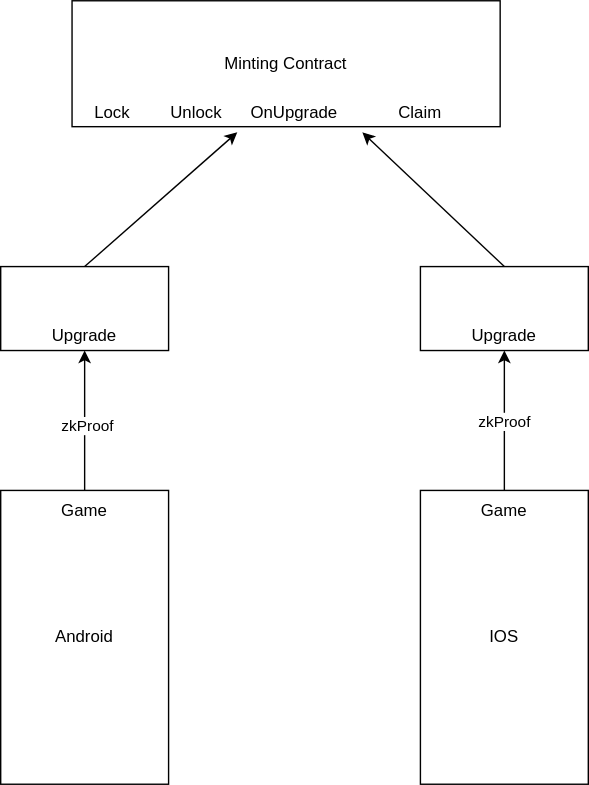
iwanwang-0/doc keeps this draw.io diagram as game.6sig.drawio.svg. Above is the earlier version. Source tidied: cells renumbered, new cells last; positions are measured from the earlier drawing's top-left corner, leaving out a move shared by most shapes. Source of this version:
```xml
<mxGraphModel>
  <root>
    <mxCell id="0" />
    <mxCell id="1" parent="0" />
    <mxCell id="2" value="Minting Contract" style="rounded=0;whiteSpace=wrap;html=1;" parent="1" vertex="1">
      <mxGeometry x="51" width="306" height="90" as="geometry" />
    </mxCell>
    <mxCell id="3" value="Lock" style="text;html=1;align=center;verticalAlign=middle;whiteSpace=wrap;rounded=0;" parent="1" vertex="1">
      <mxGeometry x="60" y="70" width="40" height="20" as="geometry" />
    </mxCell>
    <mxCell id="4" value="Unlock" style="text;html=1;align=center;verticalAlign=middle;whiteSpace=wrap;rounded=0;" parent="1" vertex="1">
      <mxGeometry x="120" y="70" width="40" height="20" as="geometry" />
    </mxCell>
    <mxCell id="5" value="OnUpgrade" style="text;html=1;align=center;verticalAlign=middle;whiteSpace=wrap;rounded=0;" parent="1" vertex="1">
      <mxGeometry x="190" y="70" width="40" height="20" as="geometry" />
    </mxCell>
    <mxCell id="6" value="Claim" style="text;html=1;align=center;verticalAlign=middle;whiteSpace=wrap;rounded=0;" parent="1" vertex="1">
      <mxGeometry x="280" y="70" width="40" height="20" as="geometry" />
    </mxCell>
    <mxCell id="7" style="rounded=0;whiteSpace=wrap;html=1;" parent="1" vertex="1">
      <mxGeometry y="190" width="120" height="60" as="geometry" />
    </mxCell>
    <mxCell id="8" style="rounded=0;whiteSpace=wrap;html=1;" parent="1" vertex="1">
      <mxGeometry x="300" y="190" width="120" height="60" as="geometry" />
    </mxCell>
    <mxCell id="9" style="edgeStyle=orthogonalEdgeStyle;rounded=0;jettySize=auto;html=1;" parent="1" edge="1" source="11" target="17">
      <mxGeometry relative="1" as="geometry" />
    </mxCell>
    <mxCell id="10" value="zkProof" style="edgeLabel;html=1;align=center;verticalAlign=middle;" parent="9" vertex="1">
      <mxGeometry x="-0.06" y="-1" relative="1" as="geometry" />
    </mxCell>
    <mxCell id="11" value="Android" style="rounded=0;whiteSpace=wrap;html=1;" parent="1" vertex="1">
      <mxGeometry y="350" width="120" height="210" as="geometry" />
    </mxCell>
    <mxCell id="12" style="endArrow=classic;html=1;rounded=0;entryX=0.386;entryY=1.044;entryDx=0;entryDy=0;entryPerimeter=0;" parent="1" edge="1" target="2">
      <mxGeometry relative="1" as="geometry">
        <mxPoint x="60" y="190" as="sourcePoint" />
      </mxGeometry>
    </mxCell>
    <mxCell id="13" style="endArrow=classic;html=1;rounded=0;entryX=0.386;entryY=1.044;entryDx=0;entryDy=0;entryPerimeter=0;exitX=0.5;exitY=0;exitDx=0;exitDy=0;" parent="1" edge="1" source="8">
      <mxGeometry relative="1" as="geometry">
        <mxPoint x="258.5" y="94" as="targetPoint" />
      </mxGeometry>
    </mxCell>
    <mxCell id="14" style="edgeStyle=orthogonalEdgeStyle;rounded=0;jettySize=auto;html=1;" parent="1" edge="1" source="16" target="18">
      <mxGeometry relative="1" as="geometry" />
    </mxCell>
    <mxCell id="15" value="zkProof" style="edgeLabel;html=1;align=center;verticalAlign=middle;" parent="14" vertex="1">
      <mxGeometry y="1" relative="1" as="geometry" />
    </mxCell>
    <mxCell id="16" value="IOS" style="rounded=0;whiteSpace=wrap;html=1;" parent="1" vertex="1">
      <mxGeometry x="300" y="350" width="120" height="210" as="geometry" />
    </mxCell>
    <mxCell id="17" value="Upgrade" style="text;html=1;align=center;verticalAlign=middle;whiteSpace=wrap;rounded=0;" parent="1" vertex="1">
      <mxGeometry x="40" y="230" width="40" height="20" as="geometry" />
    </mxCell>
    <mxCell id="18" value="Upgrade" style="text;html=1;align=center;verticalAlign=middle;whiteSpace=wrap;rounded=0;" parent="1" vertex="1">
      <mxGeometry x="340" y="230" width="40" height="20" as="geometry" />
    </mxCell>
    <mxCell id="19" value="Game" style="text;html=1;align=center;verticalAlign=middle;whiteSpace=wrap;rounded=0;" parent="1" vertex="1">
      <mxGeometry x="30" y="350" width="60" height="30" as="geometry" />
    </mxCell>
    <mxCell id="20" value="Game" style="text;html=1;align=center;verticalAlign=middle;whiteSpace=wrap;rounded=0;" parent="1" vertex="1">
      <mxGeometry x="330" y="350" width="60" height="30" as="geometry" />
    </mxCell>
  </root>
</mxGraphModel>
```
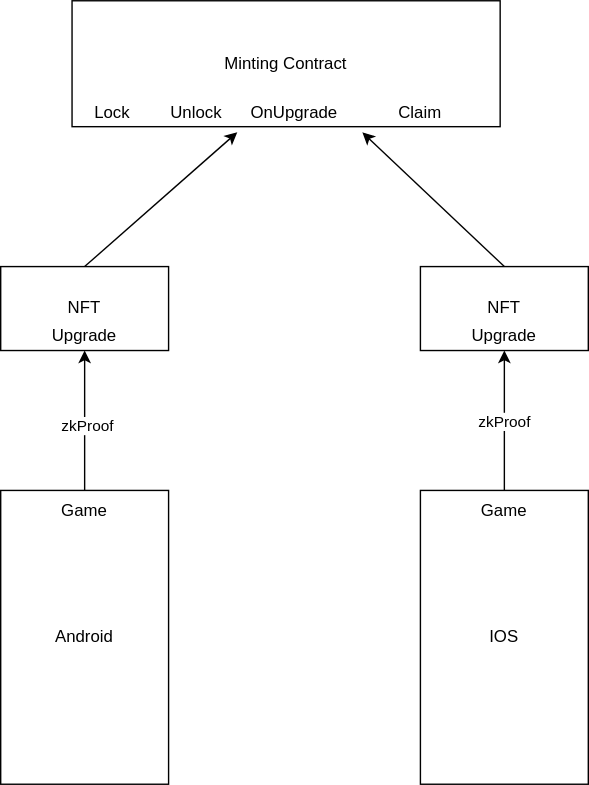
The same file after the commit.

Change to the diagram source:
```diff
@@ -17,10 +17,10 @@
     <mxCell id="6" value="Claim" style="text;html=1;align=center;verticalAlign=middle;whiteSpace=wrap;rounded=0;" parent="1" vertex="1">
       <mxGeometry x="280" y="70" width="40" height="20" as="geometry" />
     </mxCell>
-    <mxCell id="7" style="rounded=0;whiteSpace=wrap;html=1;" parent="1" vertex="1">
+    <mxCell id="7" value="NFT" style="rounded=0;whiteSpace=wrap;html=1;" parent="1" vertex="1">
       <mxGeometry y="190" width="120" height="60" as="geometry" />
     </mxCell>
-    <mxCell id="8" style="rounded=0;whiteSpace=wrap;html=1;" parent="1" vertex="1">
+    <mxCell id="8" value="NFT" style="rounded=0;whiteSpace=wrap;html=1;" parent="1" vertex="1">
       <mxGeometry x="300" y="190" width="120" height="60" as="geometry" />
     </mxCell>
     <mxCell id="9" style="edgeStyle=orthogonalEdgeStyle;rounded=0;jettySize=auto;html=1;" parent="1" edge="1" source="11" target="17">
```
